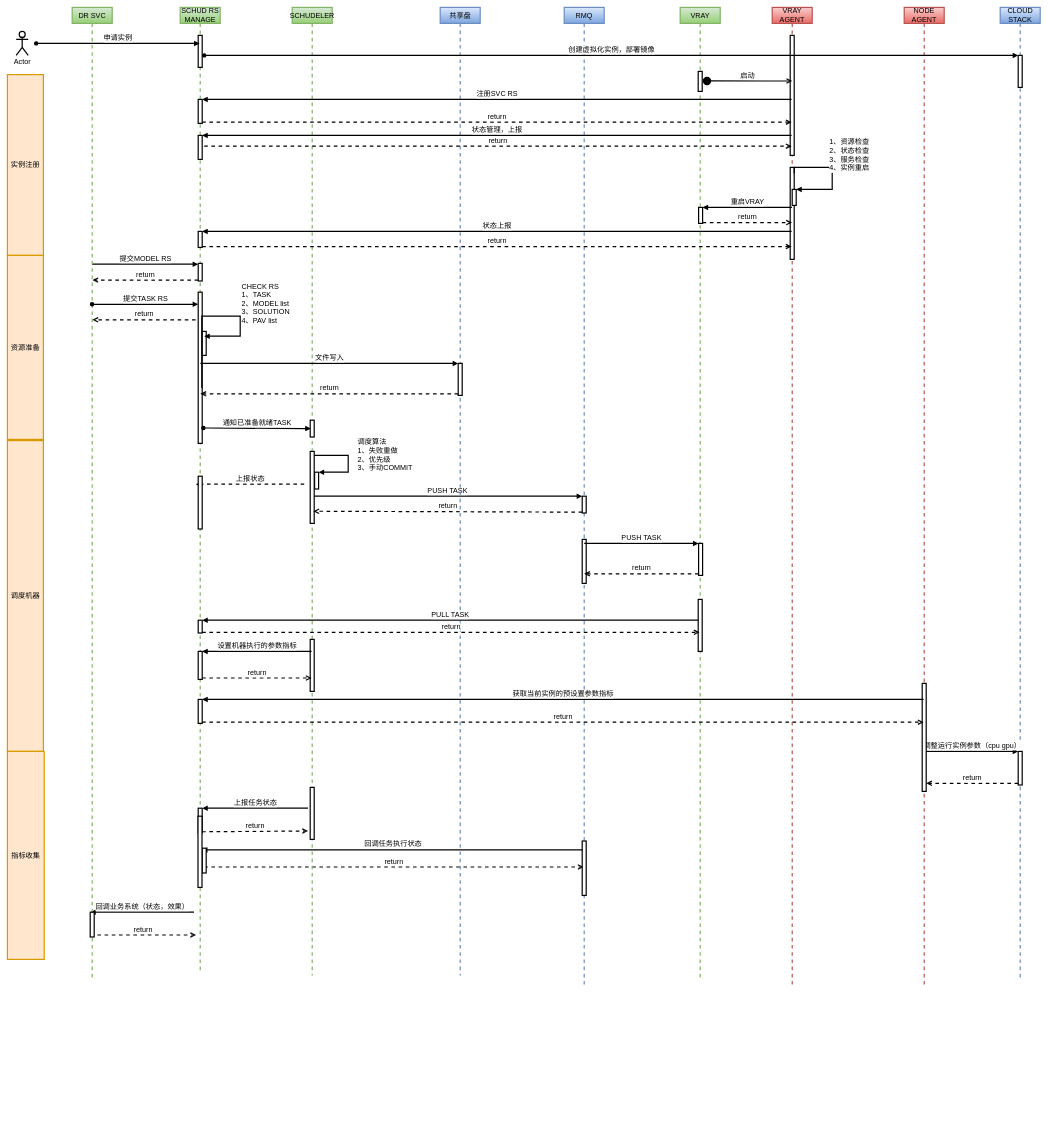
Earlier version of the draw.io diagram 平台2.0/云渲染调度时序图.drawio (Msimplehub/abbysun). Source tidied: cells renumbered, new cells numbered last; positions are measured from the earlier drawing's top-left corner, leaving out a move shared by most shapes. Both pictures are drawn from the tidied source at 40%, with x=0, y=0 at pixel (7, 7).
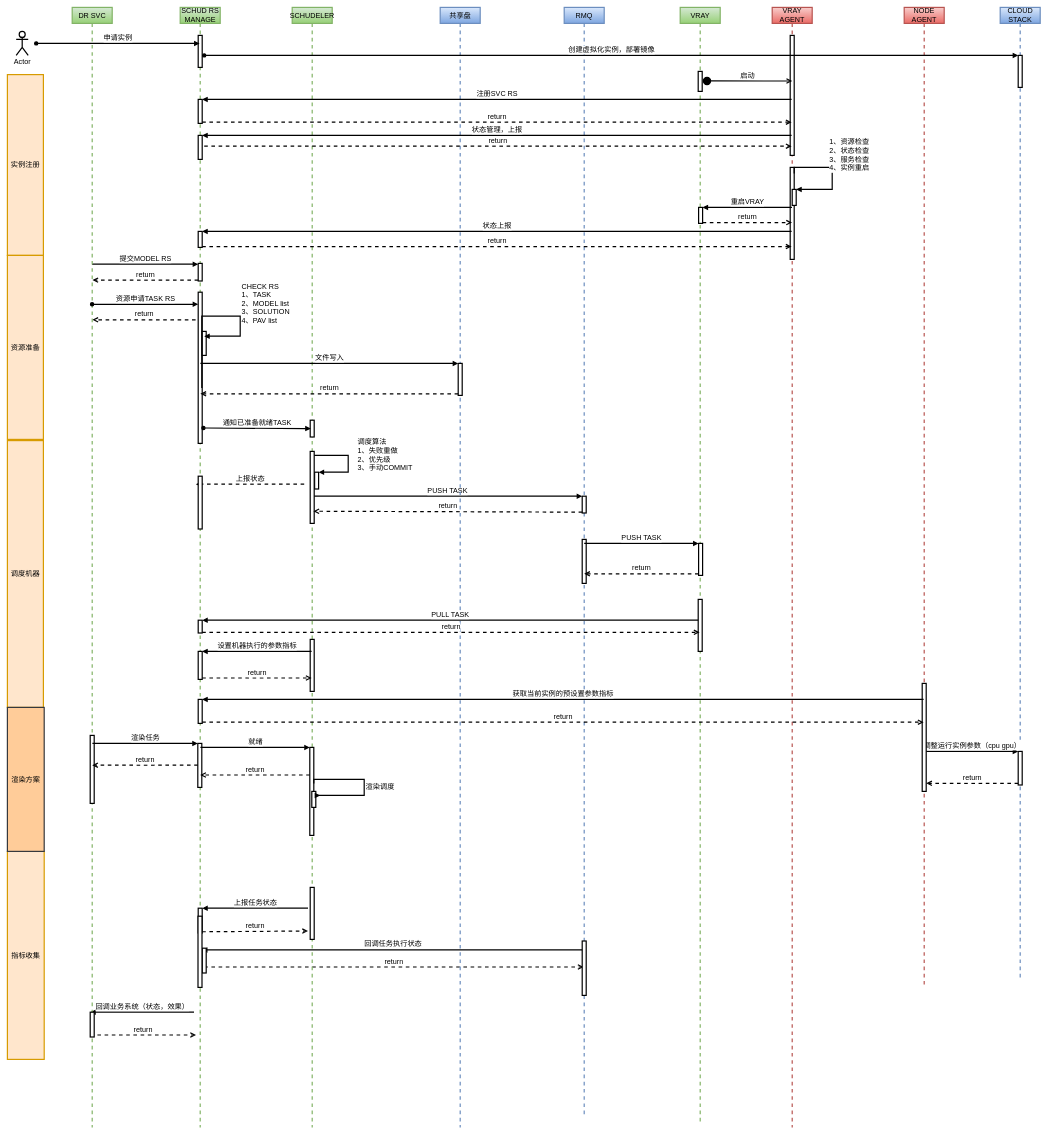
The same page after the edit.

Commit message:
Update 云渲染调度时序图.drawio

What changed in the source:
```diff
@@
     <mxCell id="8" value="回调任务执行状态" style="html=1;verticalAlign=bottom;endArrow=block;rounded=0;entryX=0.943;entryY=0.329;entryDx=0;entryDy=0;entryPerimeter=0;strokeWidth=3;fontSize=18;" parent="1" edge="1">
       <mxGeometry relative="1" as="geometry">
-        <mxPoint x="1440.5" y="2106.4" as="sourcePoint" />
-        <mxPoint x="486.4" y="2106.4" as="targetPoint" />
+        <mxPoint x="1440.5" y="2356.4" as="sourcePoint" />
+        <mxPoint x="486.4" y="2356.4" as="targetPoint" />
       </mxGeometry>
     </mxCell>
     <mxCell id="9" value="return" style="html=1;verticalAlign=bottom;endArrow=open;dashed=1;endSize=8;rounded=0;strokeWidth=3;fontSize=18;" parent="1" edge="1">
       <mxGeometry relative="1" as="geometry">
-        <mxPoint x="492" y="2149" as="sourcePoint" />
-        <mxPoint x="1440.5" y="2149" as="targetPoint" />
+        <mxPoint x="492" y="2399" as="sourcePoint" />
+        <mxPoint x="1440.5" y="2399" as="targetPoint" />
       </mxGeometry>
     </mxCell>
     <mxCell id="10" value="回调业务系统（状态，效果）" style="html=1;verticalAlign=bottom;endArrow=block;entryX=1;entryY=0;rounded=0;strokeWidth=3;fontSize=18;" parent="1" edge="1">
       <mxGeometry relative="1" as="geometry">
-        <mxPoint x="466.5" y="2262" as="sourcePoint" />
-        <mxPoint x="207" y="2262" as="targetPoint" />
+        <mxPoint x="466.5" y="2512" as="sourcePoint" />
+        <mxPoint x="207" y="2512" as="targetPoint" />
       </mxGeometry>
     </mxCell>
     <mxCell id="11" value="return" style="html=1;verticalAlign=bottom;endArrow=open;dashed=1;endSize=8;exitX=1;exitY=0.95;rounded=0;strokeWidth=3;fontSize=18;" parent="1" edge="1">
       <mxGeometry relative="1" as="geometry">
-        <mxPoint x="207" y="2319" as="sourcePoint" />
-        <mxPoint x="471.5" y="2319" as="targetPoint" />
+        <mxPoint x="207" y="2569" as="sourcePoint" />
+        <mxPoint x="471.5" y="2569" as="targetPoint" />
       </mxGeometry>
     </mxCell>
     <mxCell id="12" value="上报任务状态" style="html=1;verticalAlign=bottom;endArrow=block;entryX=1;entryY=0;rounded=0;strokeWidth=3;fontSize=18;" parent="1" edge="1" target="31">
       <mxGeometry relative="1" as="geometry">
-        <mxPoint x="751.5" y="2002" as="sourcePoint" />
+        <mxPoint x="751.5" y="2252" as="sourcePoint" />
       </mxGeometry>
     </mxCell>
     <mxCell id="13" value="return" style="html=1;verticalAlign=bottom;endArrow=open;dashed=1;endSize=8;exitX=1;exitY=0.95;rounded=0;strokeWidth=3;fontSize=18;" parent="1" edge="1" source="31">
       <mxGeometry relative="1" as="geometry">
-        <mxPoint x="751.5" y="2059" as="targetPoint" />
+        <mxPoint x="751.5" y="2309" as="targetPoint" />
       </mxGeometry>
     </mxCell>
@@
     <mxCell id="17" value="VRAY AGENT" style="shape=umlLifeline;perimeter=lifelinePerimeter;whiteSpace=wrap;html=1;fillColor=#f8cecc;strokeWidth=3;fontSize=18;strokeColor=#b85450;gradientColor=#ea6b66;" parent="1" vertex="1">
-      <mxGeometry x="1912" width="100" height="2450" as="geometry" />
+      <mxGeometry x="1912" width="100" height="2800" as="geometry" />
     </mxCell>
@@
     <mxCell id="22" value="DR SVC" style="shape=umlLifeline;perimeter=lifelinePerimeter;whiteSpace=wrap;html=1;outlineConnect=0;fillColor=#d5e8d4;strokeWidth=3;fontSize=18;strokeColor=#82b366;gradientColor=#97d077;" parent="17" vertex="1">
-      <mxGeometry x="-1750" width="100" height="2430" as="geometry" />
+      <mxGeometry x="-1750" width="100" height="2800" as="geometry" />
     </mxCell>
     <mxCell id="23" style="html=1;perimeter=orthogonalPerimeter;strokeWidth=3;fontSize=18;" parent="22" vertex="1">
-      <mxGeometry x="45" y="2262" width="10" height="62" as="geometry" />
+      <mxGeometry x="45" y="2512" width="10" height="62" as="geometry" />
     </mxCell>
+    <mxCell id="90" style="html=1;perimeter=orthogonalPerimeter;fontSize=18;strokeWidth=3;" parent="22" vertex="1">
+      <mxGeometry x="45" y="1820" width="10" height="170" as="geometry" />
+    </mxCell>
     <mxCell id="24" value="SCHUD RS MANAGE" style="shape=umlLifeline;perimeter=lifelinePerimeter;whiteSpace=wrap;html=1;outlineConnect=0;fillColor=#d5e8d4;strokeWidth=3;fontSize=18;strokeColor=#82b366;gradientColor=#97d077;" parent="17" vertex="1">
-      <mxGeometry x="-1480" width="100" height="2410" as="geometry" />
+      <mxGeometry x="-1480" width="100" height="2800" as="geometry" />
     </mxCell>
@@
     <mxCell id="30" style="html=1;perimeter=orthogonalPerimeter;strokeWidth=3;fontSize=18;" parent="24" vertex="1">
-      <mxGeometry x="55" y="2102" width="10" height="62" as="geometry" />
+      <mxGeometry x="55" y="2352" width="10" height="62" as="geometry" />
     </mxCell>
     <mxCell id="31" style="html=1;points=[];perimeter=orthogonalPerimeter;strokeWidth=3;fontSize=18;" parent="24" vertex="1">
-      <mxGeometry x="45" y="2002" width="10" height="62" as="geometry" />
+      <mxGeometry x="45" y="2252" width="10" height="62" as="geometry" />
     </mxCell>
@@
     <mxCell id="36" style="html=1;perimeter=orthogonalPerimeter;fontSize=18;strokeWidth=3;" parent="24" vertex="1">
-      <mxGeometry x="44.5" y="2022" width="10" height="178" as="geometry" />
+      <mxGeometry x="44.5" y="2272" width="10" height="178" as="geometry" />
     </mxCell>
@@
+    <mxCell id="91" style="html=1;points=[];perimeter=orthogonalPerimeter;fontSize=18;strokeWidth=3;" parent="24" vertex="1">
+      <mxGeometry x="44" y="1840" width="10" height="110" as="geometry" />
+    </mxCell>
     <mxCell id="40" value="SCHUDELER" style="shape=umlLifeline;perimeter=lifelinePerimeter;whiteSpace=wrap;html=1;outlineConnect=0;fillColor=#d5e8d4;strokeWidth=3;fontSize=18;strokeColor=#82b366;gradientColor=#97d077;" parent="17" vertex="1">
-      <mxGeometry x="-1200" width="100" height="2420" as="geometry" />
+      <mxGeometry x="-1200" width="100" height="2800" as="geometry" />
     </mxCell>
@@
     <mxCell id="45" style="html=1;perimeter=orthogonalPerimeter;fontSize=18;strokeWidth=3;" parent="40" vertex="1">
-      <mxGeometry x="45" y="1950" width="10" height="130" as="geometry" />
+      <mxGeometry x="45" y="2200" width="10" height="130" as="geometry" />
     </mxCell>
@@
+    <mxCell id="92" style="html=1;points=[];perimeter=orthogonalPerimeter;fontSize=18;strokeWidth=3;" parent="40" vertex="1">
+      <mxGeometry x="44" y="1850" width="10" height="220" as="geometry" />
+    </mxCell>
+    <mxCell id="93" style="html=1;perimeter=orthogonalPerimeter;fontSize=18;strokeWidth=3;" parent="40" vertex="1">
+      <mxGeometry x="49" y="1960" width="10" height="40" as="geometry" />
+    </mxCell>
+    <mxCell id="94" value="渲染调度" style="edgeStyle=orthogonalEdgeStyle;html=1;align=left;spacingLeft=2;endArrow=block;rounded=0;fontSize=18;strokeWidth=3;" parent="40" edge="1">
+      <mxGeometry relative="1" as="geometry">
+        <mxPoint x="54" y="1940" as="sourcePoint" />
+        <mxPoint x="70" y="1970" as="targetPoint" />
+        <Array as="points">
+          <mxPoint x="54" y="1930" />
+          <mxPoint x="180" y="1930" />
+          <mxPoint x="180" y="1970" />
+          <mxPoint x="59" y="1970" />
+        </Array>
+      </mxGeometry>
+    </mxCell>
     <mxCell id="47" value="共享盘" style="shape=umlLifeline;perimeter=lifelinePerimeter;whiteSpace=wrap;html=1;fontSize=18;strokeWidth=3;fillColor=#dae8fc;strokeColor=#6c8ebf;gradientColor=#7ea6e0;" parent="17" vertex="1">
-      <mxGeometry x="-830" width="100" height="2420" as="geometry" />
+      <mxGeometry x="-830" width="100" height="2800" as="geometry" />
     </mxCell>
@@
     <mxCell id="49" value="RMQ" style="shape=umlLifeline;perimeter=lifelinePerimeter;whiteSpace=wrap;html=1;fontSize=18;strokeWidth=3;fillColor=#dae8fc;strokeColor=#6c8ebf;gradientColor=#7ea6e0;" parent="17" vertex="1">
-      <mxGeometry x="-520" width="100" height="2450" as="geometry" />
+      <mxGeometry x="-520" width="100" height="2770" as="geometry" />
     </mxCell>
@@
     <mxCell id="52" style="html=1;perimeter=orthogonalPerimeter;fontSize=18;strokeWidth=3;" parent="49" vertex="1">
-      <mxGeometry x="45" y="2084" width="10" height="136" as="geometry" />
+      <mxGeometry x="45" y="2334" width="10" height="136" as="geometry" />
     </mxCell>
     <mxCell id="53" value="VRAY" style="shape=umlLifeline;perimeter=lifelinePerimeter;whiteSpace=wrap;html=1;outlineConnect=0;fillColor=#d5e8d4;strokeWidth=3;fontSize=18;strokeColor=#82b366;gradientColor=#97d077;" parent="17" vertex="1">
-      <mxGeometry x="-230" width="100" height="2430" as="geometry" />
+      <mxGeometry x="-230" width="100" height="2790" as="geometry" />
     </mxCell>
@@
-    <mxCell id="65" value="提交TASK RS" style="html=1;verticalAlign=bottom;startArrow=oval;endArrow=block;startSize=8;rounded=0;exitX=0.497;exitY=0.326;exitDx=0;exitDy=0;exitPerimeter=0;strokeWidth=3;fontSize=18;" parent="17" edge="1">
+    <mxCell id="65" value="资源申请TASK RS" style="html=1;verticalAlign=bottom;startArrow=oval;endArrow=block;startSize=8;rounded=0;exitX=0.497;exitY=0.326;exitDx=0;exitDy=0;exitPerimeter=0;strokeWidth=3;fontSize=18;" parent="17" edge="1">
       <mxGeometry relative="1" as="geometry">
         <mxPoint x="-1700.3" y="742.2" as="sourcePoint" />
         <mxPoint x="-1435" y="742.2" as="targetPoint" />
       </mxGeometry>
     </mxCell>
@@
+    <mxCell id="95" value="渲染任务" style="html=1;verticalAlign=bottom;endArrow=block;entryX=0;entryY=0;rounded=0;fontSize=18;strokeWidth=3;" parent="17" edge="1" source="22" target="91">
+      <mxGeometry relative="1" as="geometry" />
+    </mxCell>
+    <mxCell id="96" value="return" style="html=1;verticalAlign=bottom;endArrow=open;dashed=1;endSize=8;exitX=0;exitY=0.95;rounded=0;fontSize=18;strokeWidth=3;" parent="17" edge="1">
+      <mxGeometry relative="1" as="geometry">
+        <mxPoint x="-1436" y="1894.5" as="sourcePoint" />
+        <mxPoint x="-1700" y="1894.5" as="targetPoint" />
+      </mxGeometry>
+    </mxCell>
+    <mxCell id="97" value="就绪" style="html=1;verticalAlign=bottom;endArrow=block;entryX=0;entryY=0;rounded=0;fontSize=18;strokeWidth=3;" parent="17" edge="1" source="24" target="92">
+      <mxGeometry relative="1" as="geometry" />
+    </mxCell>
+    <mxCell id="98" value="return" style="html=1;verticalAlign=bottom;endArrow=open;dashed=1;endSize=8;exitX=0;exitY=0.95;rounded=0;fontSize=18;strokeWidth=3;" parent="17" edge="1">
+      <mxGeometry relative="1" as="geometry">
+        <mxPoint x="-1156" y="1919" as="sourcePoint" />
+        <mxPoint x="-1430" y="1919" as="targetPoint" />
+      </mxGeometry>
+    </mxCell>
@@
     <mxCell id="85" value="调度机器" style="rounded=0;whiteSpace=wrap;html=1;fontSize=18;strokeWidth=3;fillColor=#ffe6cc;strokeColor=#d79b00;" parent="1" vertex="1">
-      <mxGeometry y="1083" width="90" height="777" as="geometry" />
+      <mxGeometry y="1083" width="90" height="667" as="geometry" />
     </mxCell>
     <mxCell id="86" value="指标收集" style="rounded=0;whiteSpace=wrap;html=1;fontSize=18;strokeWidth=3;fillColor=#ffe6cc;strokeColor=#d79b00;" parent="1" vertex="1">
-      <mxGeometry y="1860" width="92" height="520" as="geometry" />
+      <mxGeometry y="2110" width="92" height="520" as="geometry" />
     </mxCell>
@@
+    <mxCell id="99" value="渲染方案" style="rounded=0;whiteSpace=wrap;html=1;fontSize=18;strokeWidth=3;fillColor=#ffcc99;strokeColor=#36393d;" parent="1" vertex="1">
+      <mxGeometry y="1750" width="92" height="360" as="geometry" />
+    </mxCell>
```
